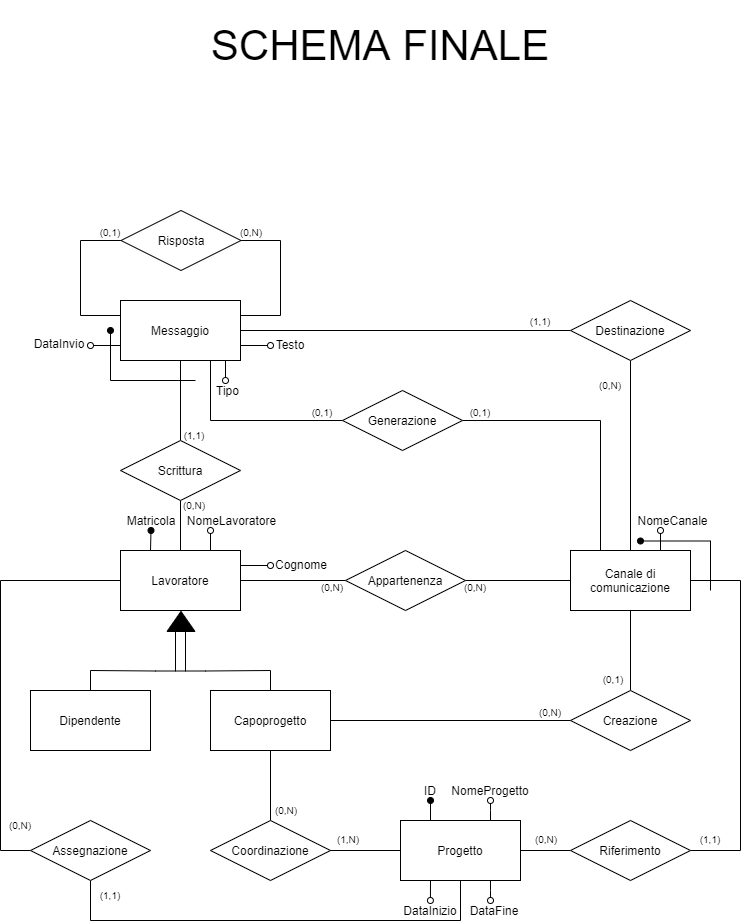
This is Relazione/Schema ER/schema-finale.png from martafra/BD-Chat-Multicanale, a draw.io export, as it was before one commit. Source tidied: cells renumbered, new cells last; positions are measured from the earlier drawing's top-left corner, leaving out a move shared by most shapes.
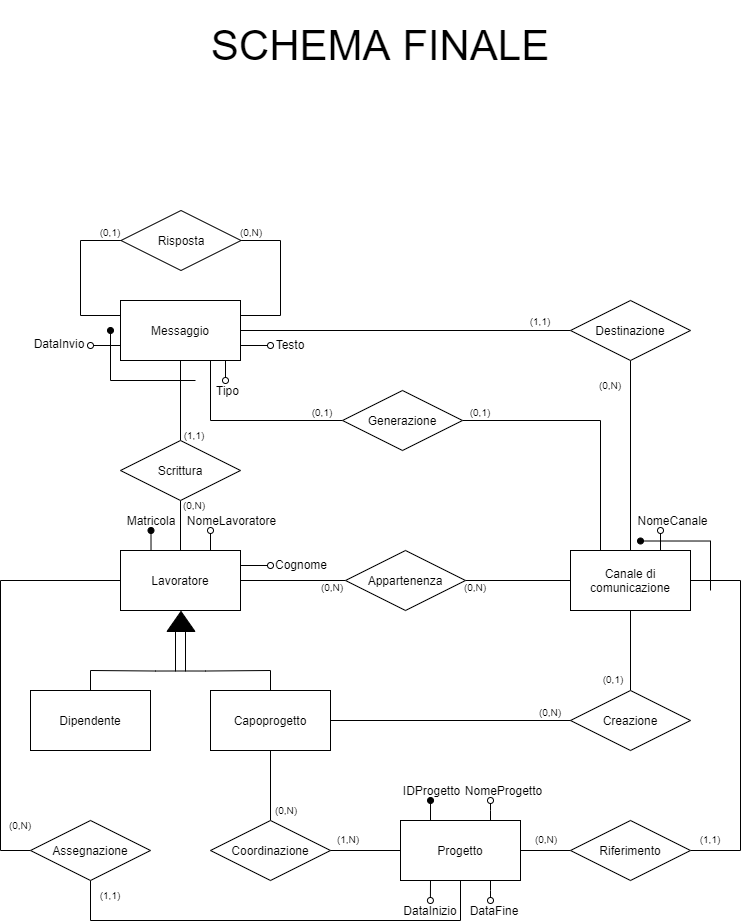
Later version of the same file.

Diff of the diagram source:
```diff
@@ -210,11 +210,11 @@
         </Array>
       </mxGeometry>
     </mxCell>
-    <mxCell id="51" value="ID" style="text;html=1;strokeColor=none;fillColor=none;align=center;verticalAlign=middle;whiteSpace=wrap;rounded=0;" parent="1" vertex="1">
-      <mxGeometry x="410" y="780" width="40" height="20" as="geometry" />
+    <mxCell id="51" value="IDProgetto" style="text;html=1;strokeColor=none;fillColor=none;align=center;verticalAlign=middle;whiteSpace=wrap;rounded=0;" parent="1" vertex="1">
+      <mxGeometry x="404" y="780" width="55" height="20" as="geometry" />
     </mxCell>
     <mxCell id="52" value="NomeProgetto" style="text;html=1;strokeColor=none;fillColor=none;align=center;verticalAlign=middle;whiteSpace=wrap;rounded=0;" parent="1" vertex="1">
-      <mxGeometry x="470" y="780" width="40" height="20" as="geometry" />
+      <mxGeometry x="466" y="780" width="75" height="20" as="geometry" />
     </mxCell>
     <mxCell id="53" value="DataInizio" style="text;html=1;strokeColor=none;fillColor=none;align=center;verticalAlign=middle;whiteSpace=wrap;rounded=0;" parent="1" vertex="1">
       <mxGeometry x="402" y="900" width="56" height="20" as="geometry" />
```
